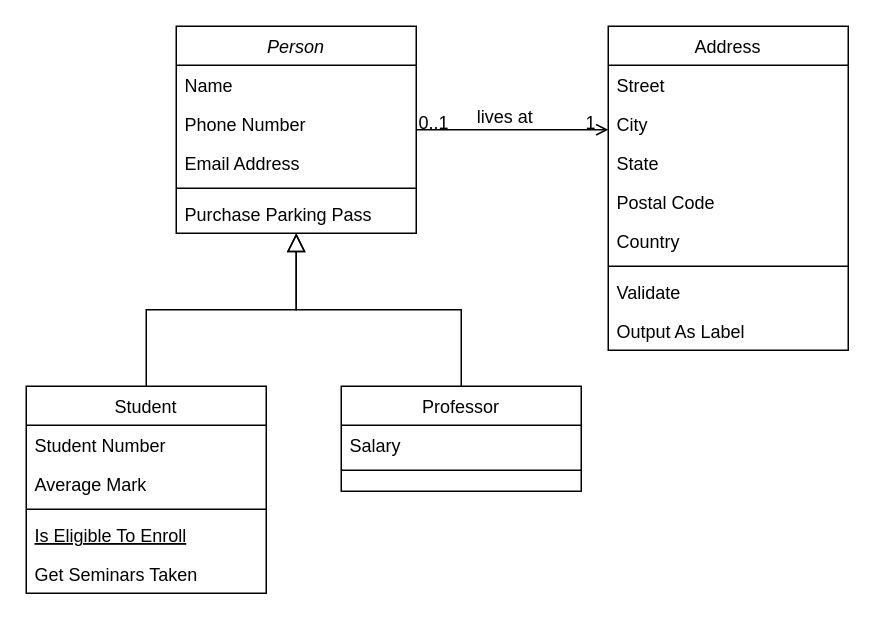
Above: Untitled Diagram.drawio in ThibaultMariePro/s6trible (draw.io), before the change. Source tidied: cells renumbered, new cells numbered last; positions are measured from the earlier drawing's top-left corner, leaving out a move shared by most shapes. Both pictures are drawn from the tidied source at 150%, with x=0, y=0 at pixel (26, 26).
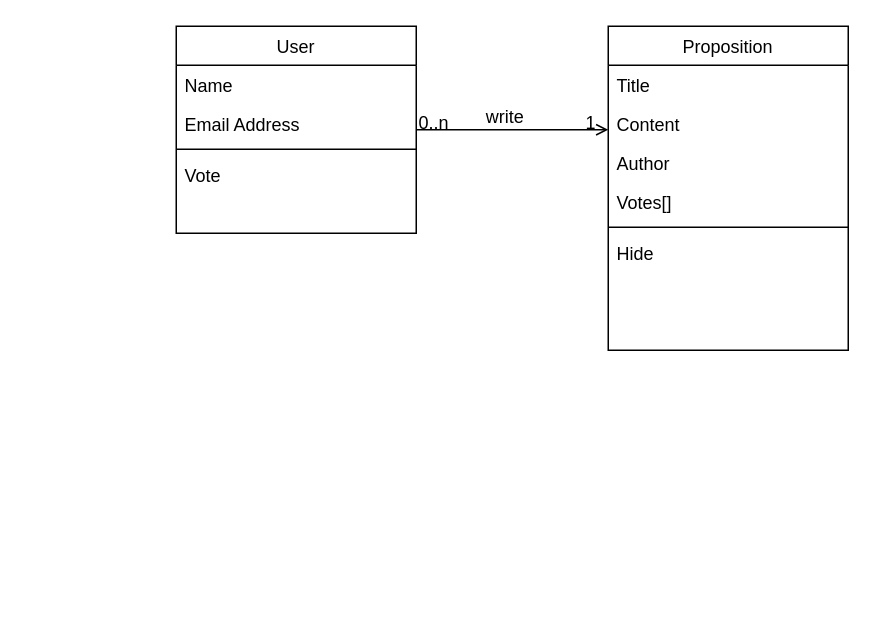
Above is the later version.

Unchanged cells that the change refers to:
```xml
<mxCell id="28" style="endArrow=open;shadow=0;strokeWidth=1;rounded=0;curved=0;endFill=1;edgeStyle=elbowEdgeStyle;elbow=vertical;" parent="1" edge="1" source="2" target="19">
  <mxGeometry x="0.5" y="41" relative="1" as="geometry">
    <mxPoint x="-40" y="32" as="offset" />
  </mxGeometry>
</mxCell>
```

Diff of the diagram source:
```diff
@@
-    <mxCell id="2" value="Person" style="swimlane;fontStyle=2;align=center;verticalAlign=top;horizontal=1;startSize=26;rounded=0;shadow=0;strokeWidth=1;" parent="1" vertex="1">
+    <mxCell id="2" value="User" style="swimlane;fontStyle=0;align=center;verticalAlign=top;horizontal=1;startSize=26;rounded=0;shadow=0;strokeWidth=1;" parent="1" vertex="1">
       <mxGeometry x="100" width="160" height="138" as="geometry" />
     </mxCell>
@@
-    <mxCell id="4" value="Phone Number" style="text;align=left;verticalAlign=top;spacingLeft=4;spacingRight=4;overflow=hidden;rounded=0;shadow=0;html=0;" parent="2" vertex="1">
-      <mxGeometry y="52" width="160" height="26" as="geometry" />
-    </mxCell>
     <mxCell id="5" value="Email Address" style="text;align=left;verticalAlign=top;spacingLeft=4;spacingRight=4;overflow=hidden;rounded=0;shadow=0;html=0;" parent="2" vertex="1">
-      <mxGeometry y="78" width="160" height="26" as="geometry" />
+      <mxGeometry y="52" width="160" height="26" as="geometry" />
     </mxCell>
     <mxCell id="6" style="line;html=1;strokeWidth=1;align=left;verticalAlign=middle;spacingTop=-1;spacingLeft=3;spacingRight=3;labelPosition=right;" parent="2" vertex="1">
-      <mxGeometry y="104" width="160" height="8" as="geometry" />
+      <mxGeometry y="78" width="160" height="8" as="geometry" />
     </mxCell>
-    <mxCell id="7" value="Purchase Parking Pass" style="text;align=left;verticalAlign=top;spacingLeft=4;spacingRight=4;overflow=hidden;" parent="2" vertex="1">
-      <mxGeometry y="112" width="160" height="26" as="geometry" />
-    </mxCell>
-    <mxCell id="8" value="Student" style="swimlane;fontStyle=0;align=center;verticalAlign=top;horizontal=1;startSize=26;rounded=0;shadow=0;strokeWidth=1;" parent="1" vertex="1">
-      <mxGeometry y="240" width="160" height="138" as="geometry" />
-    </mxCell>
-    <mxCell id="9" value="Student Number" style="text;align=left;verticalAlign=top;spacingLeft=4;spacingRight=4;overflow=hidden;" parent="8" vertex="1">
-      <mxGeometry y="26" width="160" height="26" as="geometry" />
-    </mxCell>
-    <mxCell id="10" value="Average Mark" style="text;align=left;verticalAlign=top;spacingLeft=4;spacingRight=4;overflow=hidden;rounded=0;shadow=0;html=0;" parent="8" vertex="1">
-      <mxGeometry y="52" width="160" height="26" as="geometry" />
-    </mxCell>
-    <mxCell id="11" style="line;html=1;strokeWidth=1;align=left;verticalAlign=middle;spacingTop=-1;spacingLeft=3;spacingRight=3;labelPosition=right;" parent="8" vertex="1">
-      <mxGeometry y="78" width="160" height="8" as="geometry" />
-    </mxCell>
-    <mxCell id="12" value="Is Eligible To Enroll" style="text;align=left;verticalAlign=top;spacingLeft=4;spacingRight=4;overflow=hidden;fontStyle=4;" parent="8" vertex="1">
-      <mxGeometry y="86" width="160" height="26" as="geometry" />
-    </mxCell>
-    <mxCell id="13" value="Get Seminars Taken" style="text;align=left;verticalAlign=top;spacingLeft=4;spacingRight=4;overflow=hidden;" parent="8" vertex="1">
-      <mxGeometry y="112" width="160" height="26" as="geometry" />
-    </mxCell>
-    <mxCell id="14" style="endArrow=block;endSize=10;endFill=0;shadow=0;strokeWidth=1;rounded=0;curved=0;edgeStyle=elbowEdgeStyle;elbow=vertical;" parent="1" edge="1" source="8" target="2">
-      <mxGeometry relative="1" as="geometry" />
-    </mxCell>
-    <mxCell id="15" value="Professor" style="swimlane;fontStyle=0;align=center;verticalAlign=top;horizontal=1;startSize=26;rounded=0;shadow=0;strokeWidth=1;" parent="1" vertex="1">
-      <mxGeometry x="210" y="240" width="160" height="70" as="geometry" />
-    </mxCell>
-    <mxCell id="16" value="Salary" style="text;align=left;verticalAlign=top;spacingLeft=4;spacingRight=4;overflow=hidden;" parent="15" vertex="1">
-      <mxGeometry y="26" width="160" height="26" as="geometry" />
-    </mxCell>
-    <mxCell id="17" style="line;html=1;strokeWidth=1;align=left;verticalAlign=middle;spacingTop=-1;spacingLeft=3;spacingRight=3;labelPosition=right;" parent="15" vertex="1">
-      <mxGeometry y="52" width="160" height="8" as="geometry" />
-    </mxCell>
-    <mxCell id="18" style="endArrow=block;endSize=10;endFill=0;shadow=0;strokeWidth=1;rounded=0;curved=0;edgeStyle=elbowEdgeStyle;elbow=vertical;" parent="1" edge="1" source="15" target="2">
-      <mxGeometry relative="1" as="geometry" />
-    </mxCell>
+    <mxCell id="32" value="Vote" style="text;align=left;verticalAlign=top;spacingLeft=4;spacingRight=4;overflow=hidden;rounded=0;shadow=0;html=0;" parent="2" vertex="1">
+      <mxGeometry y="86" width="160" height="26" as="geometry" />
+    </mxCell>
-    <mxCell id="19" value="Address" style="swimlane;fontStyle=0;align=center;verticalAlign=top;horizontal=1;startSize=26;rounded=0;shadow=0;strokeWidth=1;" parent="1" vertex="1">
+    <mxCell id="19" value="Proposition&#10;" style="swimlane;fontStyle=0;align=center;verticalAlign=top;horizontal=1;startSize=26;rounded=0;shadow=0;strokeWidth=1;" parent="1" vertex="1">
       <mxGeometry x="388" width="160" height="216" as="geometry" />
     </mxCell>
-    <mxCell id="20" value="Street" style="text;align=left;verticalAlign=top;spacingLeft=4;spacingRight=4;overflow=hidden;" parent="19" vertex="1">
+    <mxCell id="20" value="Title" style="text;align=left;verticalAlign=top;spacingLeft=4;spacingRight=4;overflow=hidden;" parent="19" vertex="1">
       <mxGeometry y="26" width="160" height="26" as="geometry" />
     </mxCell>
-    <mxCell id="21" value="City" style="text;align=left;verticalAlign=top;spacingLeft=4;spacingRight=4;overflow=hidden;rounded=0;shadow=0;html=0;" parent="19" vertex="1">
-      <mxGeometry y="52" width="160" height="26" as="geometry" />
-    </mxCell>
-    <mxCell id="22" value="State" style="text;align=left;verticalAlign=top;spacingLeft=4;spacingRight=4;overflow=hidden;rounded=0;shadow=0;html=0;" parent="19" vertex="1">
-      <mxGeometry y="78" width="160" height="26" as="geometry" />
+    <mxCell id="22" value="Content&#10;" style="text;align=left;verticalAlign=top;spacingLeft=4;spacingRight=4;overflow=hidden;rounded=0;shadow=0;html=0;" parent="19" vertex="1">
+      <mxGeometry y="52" width="160" height="26" as="geometry" />
     </mxCell>
-    <mxCell id="23" value="Postal Code" style="text;align=left;verticalAlign=top;spacingLeft=4;spacingRight=4;overflow=hidden;rounded=0;shadow=0;html=0;" parent="19" vertex="1">
-      <mxGeometry y="104" width="160" height="26" as="geometry" />
+    <mxCell id="23" value="Author" style="text;align=left;verticalAlign=top;spacingLeft=4;spacingRight=4;overflow=hidden;rounded=0;shadow=0;html=0;" parent="19" vertex="1">
+      <mxGeometry y="78" width="160" height="26" as="geometry" />
     </mxCell>
-    <mxCell id="24" value="Country" style="text;align=left;verticalAlign=top;spacingLeft=4;spacingRight=4;overflow=hidden;rounded=0;shadow=0;html=0;" parent="19" vertex="1">
-      <mxGeometry y="130" width="160" height="26" as="geometry" />
+    <mxCell id="24" value="Votes[]" style="text;align=left;verticalAlign=top;spacingLeft=4;spacingRight=4;overflow=hidden;rounded=0;shadow=0;html=0;" parent="19" vertex="1">
+      <mxGeometry y="104" width="160" height="26" as="geometry" />
     </mxCell>
     <mxCell id="25" style="line;html=1;strokeWidth=1;align=left;verticalAlign=middle;spacingTop=-1;spacingLeft=3;spacingRight=3;labelPosition=right;" parent="19" vertex="1">
-      <mxGeometry y="156" width="160" height="8" as="geometry" />
+      <mxGeometry y="130" width="160" height="8" as="geometry" />
     </mxCell>
-    <mxCell id="26" value="Validate" style="text;align=left;verticalAlign=top;spacingLeft=4;spacingRight=4;overflow=hidden;" parent="19" vertex="1">
-      <mxGeometry y="164" width="160" height="26" as="geometry" />
+    <mxCell id="26" value="Hide" style="text;align=left;verticalAlign=top;spacingLeft=4;spacingRight=4;overflow=hidden;" parent="19" vertex="1">
+      <mxGeometry y="138" width="160" height="26" as="geometry" />
     </mxCell>
-    <mxCell id="27" value="Output As Label" style="text;align=left;verticalAlign=top;spacingLeft=4;spacingRight=4;overflow=hidden;" parent="19" vertex="1">
-      <mxGeometry y="190" width="160" height="26" as="geometry" />
-    </mxCell>
@@
-    <mxCell id="29" value="0..1" style="align=left;verticalAlign=bottom;labelBackgroundColor=none;fontSize=12;" parent="28" vertex="1">
+    <mxCell id="29" value="0..n" style="align=left;verticalAlign=bottom;labelBackgroundColor=none;fontSize=12;" parent="28" vertex="1">
       <mxGeometry x="-1" relative="1" as="geometry">
         <mxPoint y="4" as="offset" />
       </mxGeometry>
     </mxCell>
@@
-    <mxCell id="31" value="lives at" style="text;html=1;align=center;verticalAlign=middle;labelBackgroundColor=none;rounded=0;shadow=0;strokeWidth=1;fontSize=12;" parent="28" vertex="1">
+    <mxCell id="31" value="write" style="text;html=1;align=center;verticalAlign=middle;labelBackgroundColor=none;rounded=0;shadow=0;strokeWidth=1;fontSize=12;" parent="28" vertex="1">
       <mxGeometry x="0.5" y="49" relative="1" as="geometry">
         <mxPoint x="-38" y="40" as="offset" />
       </mxGeometry>
     </mxCell>
```
